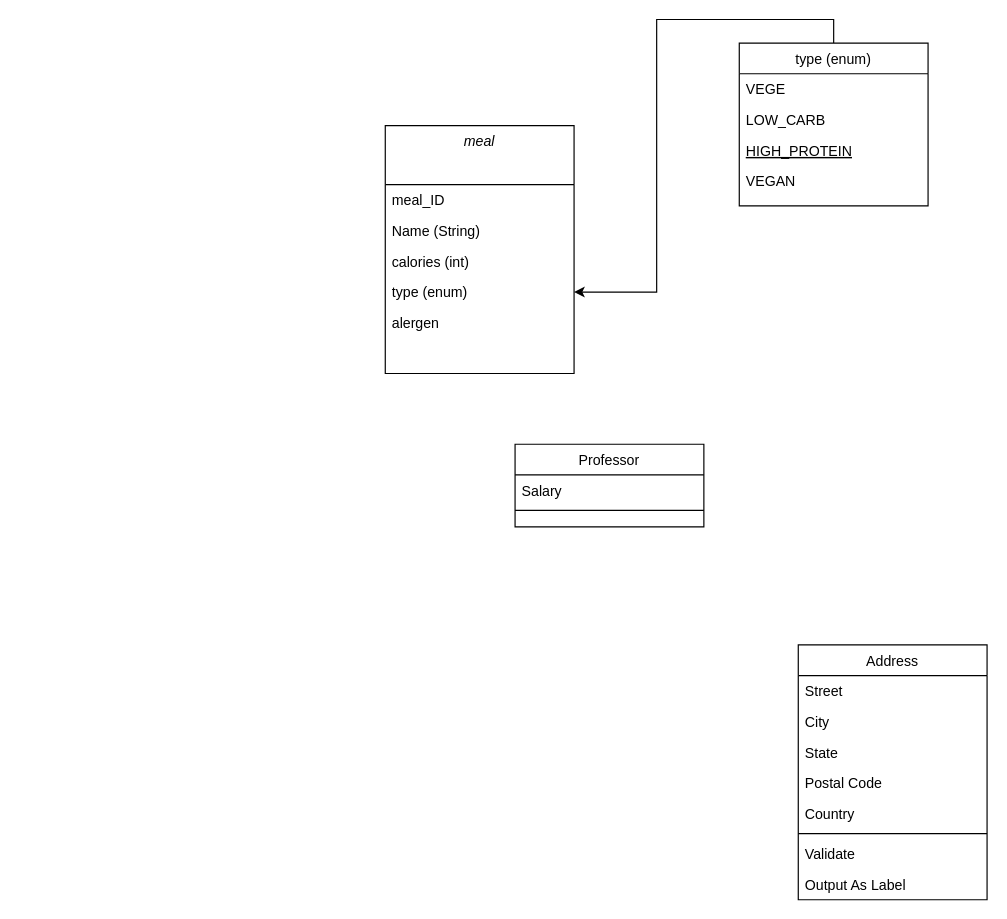
Above: diagram/diagram.drawio in pawel-korniak/Food4Fit (draw.io), before the change. Source tidied: cells renumbered, new cells numbered last; positions are measured from the earlier drawing's top-left corner, leaving out a move shared by most shapes. Both pictures are drawn from the tidied source at 118%, with x=0, y=0 at pixel (385, 42).
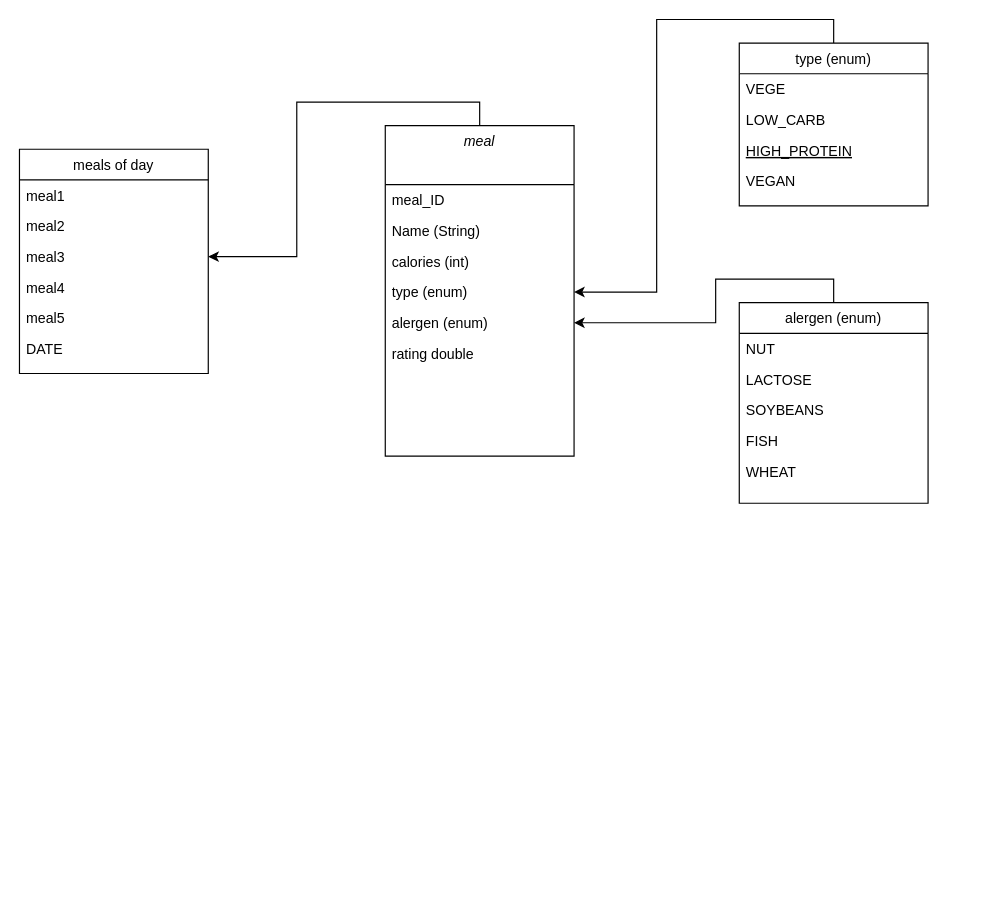
The same diagram, later.

Diff of the diagram source:
```diff
@@
+    <mxCell id="26" style="edgeStyle=orthogonalEdgeStyle;rounded=0;jettySize=auto;html=1;exitX=0.5;exitY=0;exitDx=0;exitDy=0;" parent="1" edge="1" source="2" target="19">
+      <mxGeometry relative="1" as="geometry" />
+    </mxCell>
     <mxCell id="2" value="meal" style="swimlane;fontStyle=2;align=center;verticalAlign=top;horizontal=1;startSize=50;rounded=0;shadow=0;strokeWidth=1;" parent="1" vertex="1">
-      <mxGeometry y="70" width="160" height="210" as="geometry" />
+      <mxGeometry y="70" width="160" height="280" as="geometry" />
     </mxCell>
@@
-    <mxCell id="7" value="alergen " style="text;align=left;verticalAlign=top;spacingLeft=4;spacingRight=4;overflow=hidden;points=[[0,0.5],[1,0.5]];portConstraint=eastwest;" parent="2" vertex="1">
+    <mxCell id="7" value="alergen (enum)" style="text;align=left;verticalAlign=top;spacingLeft=4;spacingRight=4;overflow=hidden;points=[[0,0.5],[1,0.5]];portConstraint=eastwest;" parent="2" vertex="1">
       <mxGeometry y="154" width="160" height="26" as="geometry" />
     </mxCell>
+    <mxCell id="27" value="rating double" style="text;align=left;verticalAlign=top;spacingLeft=4;spacingRight=4;overflow=hidden;" parent="2" vertex="1">
+      <mxGeometry y="180" width="160" height="26" as="geometry" />
+    </mxCell>
@@
+    <mxCell id="28" style="edgeStyle=orthogonalEdgeStyle;rounded=0;jettySize=auto;html=1;exitX=0.5;exitY=0;exitDx=0;exitDy=0;" parent="1" edge="1" source="13" target="7">
+      <mxGeometry relative="1" as="geometry">
+        <Array as="points">
+          <mxPoint x="380" y="200" />
+          <mxPoint x="280" y="200" />
+          <mxPoint x="280" y="237" />
+        </Array>
+      </mxGeometry>
+    </mxCell>
-    <mxCell id="13" value="Professor" style="swimlane;fontStyle=0;align=center;verticalAlign=top;horizontal=1;startSize=26;rounded=0;shadow=0;strokeWidth=1;" parent="1" vertex="1">
-      <mxGeometry x="110" y="340" width="160" height="70" as="geometry" />
+    <mxCell id="13" value="alergen (enum)" style="swimlane;fontStyle=0;align=center;verticalAlign=top;horizontal=1;startSize=26;rounded=0;shadow=0;strokeWidth=1;" parent="1" vertex="1">
+      <mxGeometry x="300" y="220" width="160" height="170" as="geometry" />
     </mxCell>
-    <mxCell id="14" value="Salary" style="text;align=left;verticalAlign=top;spacingLeft=4;spacingRight=4;overflow=hidden;" parent="13" vertex="1">
+    <mxCell id="14" value="NUT" style="text;align=left;verticalAlign=top;spacingLeft=4;spacingRight=4;overflow=hidden;" parent="13" vertex="1">
       <mxGeometry y="26" width="160" height="26" as="geometry" />
     </mxCell>
-    <mxCell id="15" style="line;html=1;strokeWidth=1;align=left;verticalAlign=middle;spacingTop=-1;spacingLeft=3;spacingRight=3;labelPosition=right;" parent="13" vertex="1">
-      <mxGeometry y="52" width="160" height="8" as="geometry" />
-    </mxCell>
+    <mxCell id="29" value="LACTOSE" style="text;align=left;verticalAlign=top;spacingLeft=4;spacingRight=4;overflow=hidden;" parent="13" vertex="1">
+      <mxGeometry y="52" width="160" height="26" as="geometry" />
+    </mxCell>
+    <mxCell id="30" value="SOYBEANS" style="text;align=left;verticalAlign=top;spacingLeft=4;spacingRight=4;overflow=hidden;" parent="13" vertex="1">
+      <mxGeometry y="78" width="160" height="26" as="geometry" />
+    </mxCell>
+    <mxCell id="31" value="FISH" style="text;align=left;verticalAlign=top;spacingLeft=4;spacingRight=4;overflow=hidden;" parent="13" vertex="1">
+      <mxGeometry y="104" width="160" height="26" as="geometry" />
+    </mxCell>
+    <mxCell id="32" value="WHEAT" style="text;align=left;verticalAlign=top;spacingLeft=4;spacingRight=4;overflow=hidden;" parent="13" vertex="1">
+      <mxGeometry y="130" width="160" height="26" as="geometry" />
+    </mxCell>
-    <mxCell id="16" value="Address" style="swimlane;fontStyle=0;align=center;verticalAlign=top;horizontal=1;startSize=26;rounded=0;shadow=0;strokeWidth=1;" parent="1" vertex="1">
-      <mxGeometry x="350" y="510" width="160" height="216" as="geometry" />
+    <mxCell id="16" value="meals of day" style="swimlane;fontStyle=0;align=center;verticalAlign=top;horizontal=1;startSize=26;rounded=0;shadow=0;strokeWidth=1;" parent="1" vertex="1">
+      <mxGeometry x="-310" y="90" width="160" height="190" as="geometry" />
     </mxCell>
-    <mxCell id="17" value="Street" style="text;align=left;verticalAlign=top;spacingLeft=4;spacingRight=4;overflow=hidden;" parent="16" vertex="1">
+    <mxCell id="17" value="meal1" style="text;align=left;verticalAlign=top;spacingLeft=4;spacingRight=4;overflow=hidden;" parent="16" vertex="1">
       <mxGeometry y="26" width="160" height="26" as="geometry" />
     </mxCell>
-    <mxCell id="18" value="City" style="text;align=left;verticalAlign=top;spacingLeft=4;spacingRight=4;overflow=hidden;rounded=0;shadow=0;html=0;" parent="16" vertex="1">
+    <mxCell id="18" value="meal2" style="text;align=left;verticalAlign=top;spacingLeft=4;spacingRight=4;overflow=hidden;rounded=0;shadow=0;html=0;" parent="16" vertex="1">
       <mxGeometry y="52" width="160" height="26" as="geometry" />
     </mxCell>
-    <mxCell id="19" value="State" style="text;align=left;verticalAlign=top;spacingLeft=4;spacingRight=4;overflow=hidden;points=[[0,0.5],[1,0.5]];portConstraint=eastwest;rounded=0;shadow=0;html=0;" parent="16" vertex="1">
+    <mxCell id="19" value="meal3" style="text;align=left;verticalAlign=top;spacingLeft=4;spacingRight=4;overflow=hidden;points=[[0,0.5],[1,0.5]];portConstraint=eastwest;rounded=0;shadow=0;html=0;" parent="16" vertex="1">
       <mxGeometry y="78" width="160" height="26" as="geometry" />
     </mxCell>
-    <mxCell id="20" value="Postal Code" style="text;align=left;verticalAlign=top;spacingLeft=4;spacingRight=4;overflow=hidden;rounded=0;shadow=0;html=0;" parent="16" vertex="1">
+    <mxCell id="20" value="meal4" style="text;align=left;verticalAlign=top;spacingLeft=4;spacingRight=4;overflow=hidden;rounded=0;shadow=0;html=0;" parent="16" vertex="1">
       <mxGeometry y="104" width="160" height="26" as="geometry" />
     </mxCell>
-    <mxCell id="21" value="Country" style="text;align=left;verticalAlign=top;spacingLeft=4;spacingRight=4;overflow=hidden;rounded=0;shadow=0;html=0;" parent="16" vertex="1">
+    <mxCell id="21" value="meal5" style="text;align=left;verticalAlign=top;spacingLeft=4;spacingRight=4;overflow=hidden;rounded=0;shadow=0;html=0;" parent="16" vertex="1">
       <mxGeometry y="130" width="160" height="26" as="geometry" />
     </mxCell>
-    <mxCell id="22" style="line;html=1;strokeWidth=1;align=left;verticalAlign=middle;spacingTop=-1;spacingLeft=3;spacingRight=3;labelPosition=right;" parent="16" vertex="1">
-      <mxGeometry y="156" width="160" height="8" as="geometry" />
-    </mxCell>
-    <mxCell id="23" value="Validate" style="text;align=left;verticalAlign=top;spacingLeft=4;spacingRight=4;overflow=hidden;" parent="16" vertex="1">
-      <mxGeometry y="164" width="160" height="26" as="geometry" />
-    </mxCell>
-    <mxCell id="24" value="Output As Label" style="text;align=left;verticalAlign=top;spacingLeft=4;spacingRight=4;overflow=hidden;" parent="16" vertex="1">
-      <mxGeometry y="190" width="160" height="26" as="geometry" />
-    </mxCell>
+    <mxCell id="33" value="DATE" style="text;align=left;verticalAlign=top;spacingLeft=4;spacingRight=4;overflow=hidden;rounded=0;shadow=0;html=0;" parent="16" vertex="1">
+      <mxGeometry y="156" width="160" height="26" as="geometry" />
+    </mxCell>
```
